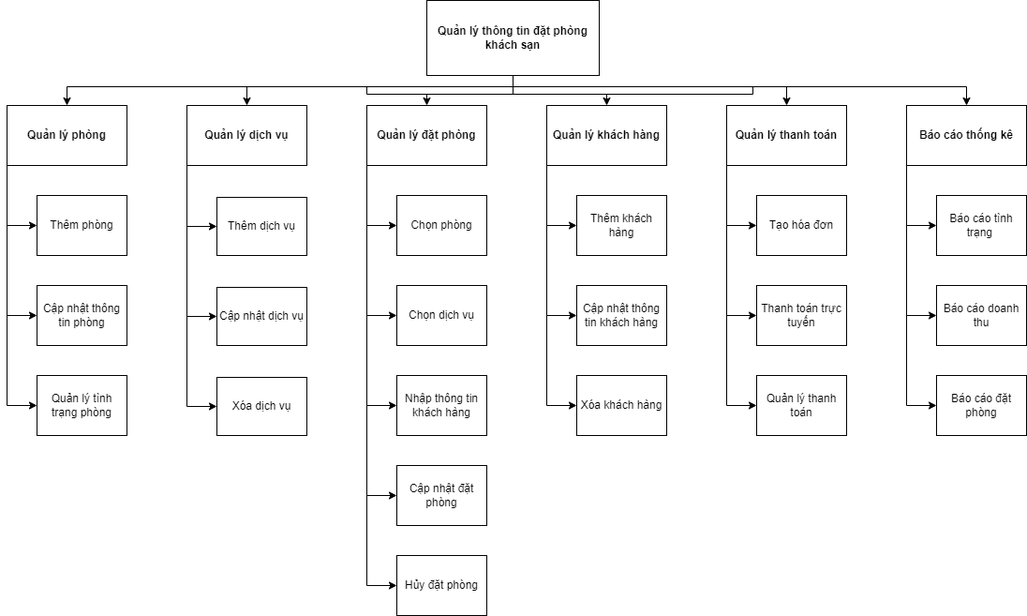
Before: Untitled Diagram.drawio.png, a diagram exported from draw.io (EricMai2112/image-diagram). Source tidied: cells renumbered, new cells last; positions are measured from the earlier drawing's top-left corner, leaving out a move shared by most shapes.
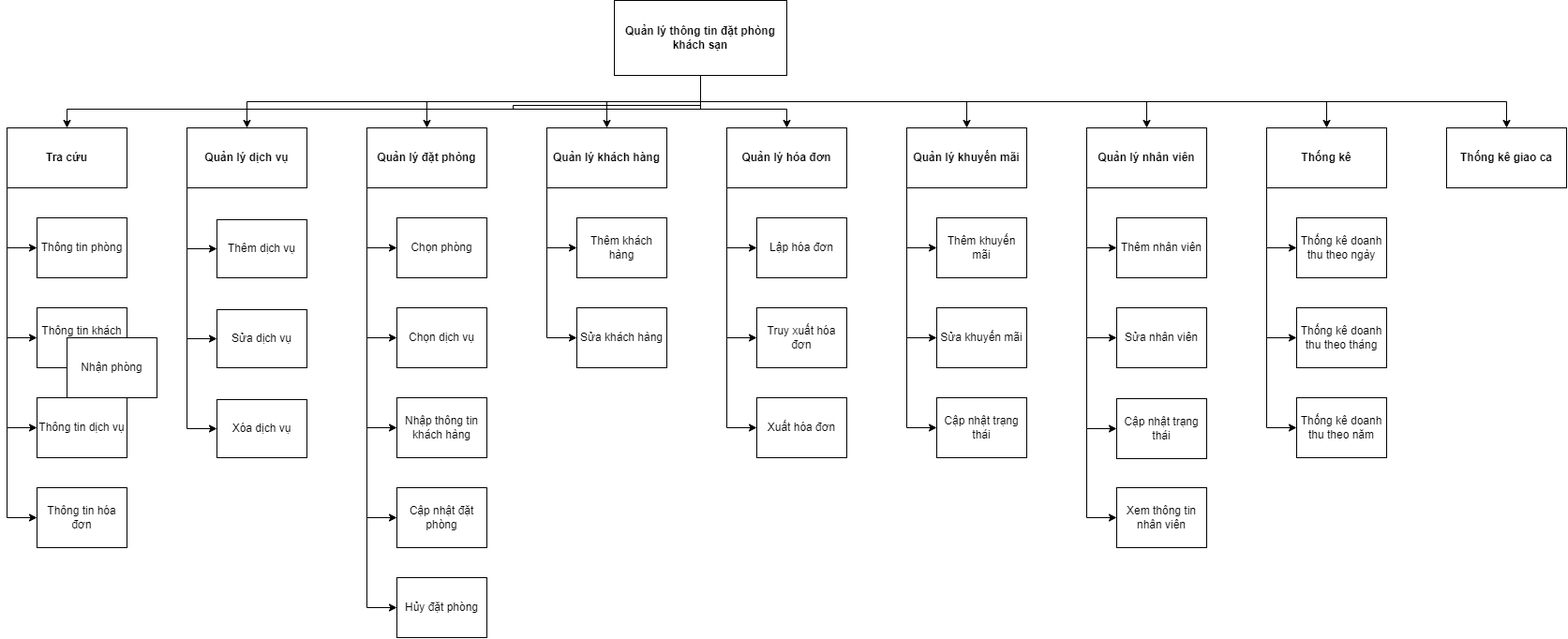
Above is the later version.

What changed in the source:
```diff
@@ -5,7 +5,7 @@
     <mxCell id="2" style="edgeStyle=orthogonalEdgeStyle;rounded=0;jettySize=auto;html=1;exitX=0.5;exitY=1;exitDx=0;exitDy=0;" parent="1" edge="1" source="8" target="12">
       <mxGeometry relative="1" as="geometry">
         <Array as="points">
-          <mxPoint x="540" y="92" />
+          <mxPoint x="740" y="92" />
           <mxPoint x="64" y="92" />
         </Array>
       </mxGeometry>
@@ -22,6 +22,8 @@
     <mxCell id="6" style="edgeStyle=orthogonalEdgeStyle;rounded=0;jettySize=auto;html=1;exitX=0.5;exitY=1;exitDx=0;exitDy=0;entryX=0.5;entryY=0;entryDx=0;entryDy=0;" parent="1" edge="1" source="8" target="30">
       <mxGeometry relative="1" as="geometry">
         <Array as="points">
+          <mxPoint x="740" y="88" />
+          <mxPoint x="540" y="88" />
           <mxPoint x="540" y="92" />
           <mxPoint x="832" y="92" />
         </Array>
@@ -31,7 +33,7 @@
       <mxGeometry relative="1" as="geometry" />
     </mxCell>
     <mxCell id="8" value="Quản lý thông tin đặt phòng khách sạn" style="rounded=0;whiteSpace=wrap;html=1;fontStyle=1;" parent="1" vertex="1">
-      <mxGeometry x="448" width="184" height="80" as="geometry" />
+      <mxGeometry x="648" y="-24" width="184" height="80" as="geometry" />
     </mxCell>
     <mxCell id="9" style="edgeStyle=orthogonalEdgeStyle;rounded=0;jettySize=auto;html=1;exitX=0;exitY=1;exitDx=0;exitDy=0;entryX=0;entryY=0.5;entryDx=0;entryDy=0;" parent="1" edge="1" source="12" target="35">
       <mxGeometry relative="1" as="geometry" />
@@ -39,10 +41,10 @@
     <mxCell id="10" style="edgeStyle=orthogonalEdgeStyle;rounded=0;jettySize=auto;html=1;exitX=0;exitY=1;exitDx=0;exitDy=0;entryX=0;entryY=0.5;entryDx=0;entryDy=0;" parent="1" edge="1" source="12" target="36">
       <mxGeometry relative="1" as="geometry" />
     </mxCell>
-    <mxCell id="11" style="edgeStyle=orthogonalEdgeStyle;rounded=0;jettySize=auto;html=1;exitX=0;exitY=1;exitDx=0;exitDy=0;entryX=0;entryY=0.5;entryDx=0;entryDy=0;" parent="1" edge="1" source="12" target="37">
+    <mxCell id="11" style="edgeStyle=orthogonalEdgeStyle;rounded=0;jettySize=auto;html=1;exitX=0;exitY=1;exitDx=0;exitDy=0;entryX=0;entryY=0.5;entryDx=0;entryDy=0;" parent="1" edge="1" source="12" target="55">
       <mxGeometry relative="1" as="geometry" />
     </mxCell>
-    <mxCell id="12" value="Quản lý phòng" style="rounded=0;whiteSpace=wrap;html=1;fontStyle=1;" parent="1" vertex="1">
+    <mxCell id="12" value="Tra cứu" style="rounded=0;whiteSpace=wrap;html=1;fontStyle=1;" parent="1" vertex="1">
       <mxGeometry y="112" width="128" height="64" as="geometry" />
     </mxCell>
     <mxCell id="13" style="edgeStyle=orthogonalEdgeStyle;rounded=0;jettySize=auto;html=1;exitX=0;exitY=1;exitDx=0;exitDy=0;entryX=0;entryY=0.5;entryDx=0;entryDy=0;" parent="1" edge="1" source="16" target="38">
@@ -81,9 +83,6 @@
     <mxCell id="24" style="edgeStyle=orthogonalEdgeStyle;rounded=0;jettySize=auto;html=1;exitX=0;exitY=1;exitDx=0;exitDy=0;entryX=0;entryY=0.5;entryDx=0;entryDy=0;" parent="1" edge="1" source="26" target="48">
       <mxGeometry relative="1" as="geometry" />
     </mxCell>
-    <mxCell id="25" style="edgeStyle=orthogonalEdgeStyle;rounded=0;jettySize=auto;html=1;exitX=0;exitY=1;exitDx=0;exitDy=0;entryX=0;entryY=0.5;entryDx=0;entryDy=0;" parent="1" edge="1" source="26" target="47">
-      <mxGeometry relative="1" as="geometry" />
-    </mxCell>
     <mxCell id="26" value="Quản lý khách hàng" style="rounded=0;whiteSpace=wrap;html=1;fontStyle=1;" parent="1" vertex="1">
       <mxGeometry x="576" y="112" width="128" height="64" as="geometry" />
     </mxCell>
@@ -96,7 +95,7 @@
     <mxCell id="29" style="edgeStyle=orthogonalEdgeStyle;rounded=0;jettySize=auto;html=1;exitX=0;exitY=1;exitDx=0;exitDy=0;entryX=0;entryY=0.5;entryDx=0;entryDy=0;" parent="1" edge="1" source="30" target="50">
       <mxGeometry relative="1" as="geometry" />
     </mxCell>
-    <mxCell id="30" value="Quản lý thanh toán" style="rounded=0;whiteSpace=wrap;html=1;fontStyle=1;" parent="1" vertex="1">
+    <mxCell id="30" value="Quản lý hóa đơn" style="rounded=0;whiteSpace=wrap;html=1;fontStyle=1;" parent="1" vertex="1">
       <mxGeometry x="768" y="112" width="128" height="64" as="geometry" />
     </mxCell>
     <mxCell id="31" style="edgeStyle=orthogonalEdgeStyle;rounded=0;jettySize=auto;html=1;exitX=0;exitY=1;exitDx=0;exitDy=0;entryX=0;entryY=0.5;entryDx=0;entryDy=0;" parent="1" edge="1" source="34" target="52">
@@ -108,22 +107,22 @@
     <mxCell id="33" style="edgeStyle=orthogonalEdgeStyle;rounded=0;jettySize=auto;html=1;exitX=0;exitY=1;exitDx=0;exitDy=0;entryX=0;entryY=0.5;entryDx=0;entryDy=0;" parent="1" edge="1" source="34" target="51">
       <mxGeometry relative="1" as="geometry" />
     </mxCell>
-    <mxCell id="34" value="Báo cáo thống kê" style="rounded=0;whiteSpace=wrap;html=1;fontStyle=1;" parent="1" vertex="1">
+    <mxCell id="34" value="Quản lý khuyến mãi" style="rounded=0;whiteSpace=wrap;html=1;fontStyle=1;" parent="1" vertex="1">
       <mxGeometry x="960" y="112" width="128" height="64" as="geometry" />
     </mxCell>
-    <mxCell id="35" value="Thêm phòng" style="rounded=0;whiteSpace=wrap;html=1;" parent="1" vertex="1">
+    <mxCell id="35" value="Thông tin phòng" style="rounded=0;whiteSpace=wrap;html=1;" parent="1" vertex="1">
       <mxGeometry x="32" y="208" width="96" height="64" as="geometry" />
     </mxCell>
-    <mxCell id="36" value="Cập nhật thông tin phòng" style="rounded=0;whiteSpace=wrap;html=1;" parent="1" vertex="1">
+    <mxCell id="36" value="Thông tin khách hàng" style="rounded=0;whiteSpace=wrap;html=1;" parent="1" vertex="1">
       <mxGeometry x="32" y="304" width="96" height="64" as="geometry" />
     </mxCell>
-    <mxCell id="37" value="Quản lý tình trạng phòng" style="rounded=0;whiteSpace=wrap;html=1;" parent="1" vertex="1">
+    <mxCell id="37" value="Thông tin dịch vụ" style="rounded=0;whiteSpace=wrap;html=1;" parent="1" vertex="1">
       <mxGeometry x="32" y="400" width="96" height="64" as="geometry" />
     </mxCell>
     <mxCell id="38" value="Thêm dịch vụ" style="rounded=0;whiteSpace=wrap;html=1;" parent="1" vertex="1">
       <mxGeometry x="224" y="210" width="96" height="62" as="geometry" />
     </mxCell>
-    <mxCell id="39" value="Cập nhật dịch vụ" style="rounded=0;whiteSpace=wrap;html=1;" parent="1" vertex="1">
+    <mxCell id="39" value="Sửa dịch vụ" style="rounded=0;whiteSpace=wrap;html=1;" parent="1" vertex="1">
       <mxGeometry x="224" y="306" width="96" height="62" as="geometry" />
     </mxCell>
     <mxCell id="40" value="Xóa dịch vụ" style="rounded=0;whiteSpace=wrap;html=1;" parent="1" vertex="1">
@@ -147,29 +146,131 @@
     <mxCell id="46" value="Thêm khách hàng" style="rounded=0;whiteSpace=wrap;html=1;" parent="1" vertex="1">
       <mxGeometry x="608" y="208" width="96" height="64" as="geometry" />
     </mxCell>
-    <mxCell id="47" value="Xóa khách hàng" style="rounded=0;whiteSpace=wrap;html=1;" parent="1" vertex="1">
-      <mxGeometry x="608" y="400" width="96" height="64" as="geometry" />
-    </mxCell>
-    <mxCell id="48" value="Cập nhật thông tin khách hàng" style="rounded=0;whiteSpace=wrap;html=1;" parent="1" vertex="1">
+    <mxCell id="48" value="Sửa khách hàng" style="rounded=0;whiteSpace=wrap;html=1;" parent="1" vertex="1">
       <mxGeometry x="608" y="304" width="96" height="64" as="geometry" />
     </mxCell>
-    <mxCell id="49" value="Tạo hóa đơn" style="rounded=0;whiteSpace=wrap;html=1;" parent="1" vertex="1">
+    <mxCell id="49" value="Lập hóa đơn" style="rounded=0;whiteSpace=wrap;html=1;" parent="1" vertex="1">
       <mxGeometry x="800" y="208" width="96" height="64" as="geometry" />
     </mxCell>
-    <mxCell id="50" value="Quản lý thanh toán" style="rounded=0;whiteSpace=wrap;html=1;" parent="1" vertex="1">
+    <mxCell id="50" value="Xuất hóa đơn" style="rounded=0;whiteSpace=wrap;html=1;" parent="1" vertex="1">
       <mxGeometry x="800" y="400" width="96" height="64" as="geometry" />
     </mxCell>
-    <mxCell id="51" value="Báo cáo đặt phòng" style="rounded=0;whiteSpace=wrap;html=1;" parent="1" vertex="1">
+    <mxCell id="51" value="Cập nhật trạng thái" style="rounded=0;whiteSpace=wrap;html=1;" parent="1" vertex="1">
       <mxGeometry x="992" y="400" width="96" height="64" as="geometry" />
     </mxCell>
-    <mxCell id="52" value="Báo cáo tình trạng&amp;nbsp;" style="rounded=0;whiteSpace=wrap;html=1;" parent="1" vertex="1">
+    <mxCell id="52" value="Thêm khuyến mãi" style="rounded=0;whiteSpace=wrap;html=1;" parent="1" vertex="1">
       <mxGeometry x="992" y="208" width="96" height="64" as="geometry" />
     </mxCell>
-    <mxCell id="53" value="Báo cáo doanh thu" style="rounded=0;whiteSpace=wrap;html=1;" parent="1" vertex="1">
+    <mxCell id="53" value="Sửa khuyến mãi" style="rounded=0;whiteSpace=wrap;html=1;" parent="1" vertex="1">
       <mxGeometry x="992" y="304" width="96" height="64" as="geometry" />
     </mxCell>
-    <mxCell id="54" value="Thanh toán trực tuyến" style="rounded=0;whiteSpace=wrap;html=1;" parent="1" vertex="1">
+    <mxCell id="54" value="Truy xuất hóa đơn" style="rounded=0;whiteSpace=wrap;html=1;" parent="1" vertex="1">
       <mxGeometry x="800" y="304" width="96" height="64" as="geometry" />
     </mxCell>
+    <mxCell id="55" value="Thông tin hóa đơn" style="rounded=0;whiteSpace=wrap;html=1;" parent="1" vertex="1">
+      <mxGeometry x="32" y="496" width="96" height="64" as="geometry" />
+    </mxCell>
+    <mxCell id="56" style="edgeStyle=orthogonalEdgeStyle;rounded=0;jettySize=auto;html=1;exitX=0;exitY=1;exitDx=0;exitDy=0;entryX=0;entryY=0.5;entryDx=0;entryDy=0;" parent="1" edge="1" source="12" target="37">
+      <mxGeometry relative="1" as="geometry" />
+    </mxCell>
+    <mxCell id="57" value="Nhận phòng" style="rounded=0;whiteSpace=wrap;html=1;" parent="1" vertex="1">
+      <mxGeometry x="64" y="336" width="96" height="64" as="geometry" />
+    </mxCell>
+    <mxCell id="58" value="Quản lý nhân viên" style="rounded=0;whiteSpace=wrap;html=1;fontStyle=1;" parent="1" vertex="1">
+      <mxGeometry x="1152" y="112" width="128" height="64" as="geometry" />
+    </mxCell>
+    <mxCell id="59" style="edgeStyle=orthogonalEdgeStyle;rounded=0;jettySize=auto;html=1;exitX=0.5;exitY=1;exitDx=0;exitDy=0;entryX=0.5;entryY=0;entryDx=0;entryDy=0;" parent="1" edge="1" source="8" target="58">
+      <mxGeometry relative="1" as="geometry" />
+    </mxCell>
+    <mxCell id="60" value="Cập nhật trạng thái" style="rounded=0;whiteSpace=wrap;html=1;" parent="1" vertex="1">
+      <mxGeometry x="1184" y="401" width="96" height="64" as="geometry" />
+    </mxCell>
+    <mxCell id="61" value="Sửa nhân viên" style="rounded=0;whiteSpace=wrap;html=1;" parent="1" vertex="1">
+      <mxGeometry x="1184" y="304" width="96" height="64" as="geometry" />
+    </mxCell>
+    <mxCell id="62" value="Thêm nhân viên" style="rounded=0;whiteSpace=wrap;html=1;" parent="1" vertex="1">
+      <mxGeometry x="1184" y="208" width="96" height="64" as="geometry" />
+    </mxCell>
+    <mxCell id="63" style="endArrow=classic;html=1;rounded=0;exitX=0;exitY=0.5;exitDx=0;exitDy=0;entryX=0;entryY=0.5;entryDx=0;entryDy=0;" parent="1" edge="1" source="58" target="62">
+      <mxGeometry relative="1" as="geometry">
+        <Array as="points">
+          <mxPoint x="1152" y="240" />
+        </Array>
+      </mxGeometry>
+    </mxCell>
+    <mxCell id="64" style="endArrow=classic;html=1;rounded=0;exitX=0;exitY=0.5;exitDx=0;exitDy=0;entryX=0;entryY=0.5;entryDx=0;entryDy=0;" parent="1" edge="1" source="58" target="61">
+      <mxGeometry relative="1" as="geometry">
+        <Array as="points">
+          <mxPoint x="1152" y="240" />
+          <mxPoint x="1152" y="336" />
+        </Array>
+      </mxGeometry>
+    </mxCell>
+    <mxCell id="65" style="endArrow=classic;html=1;rounded=0;exitX=0;exitY=0.5;exitDx=0;exitDy=0;entryX=0;entryY=0.5;entryDx=0;entryDy=0;" parent="1" edge="1" source="58" target="60">
+      <mxGeometry relative="1" as="geometry">
+        <Array as="points">
+          <mxPoint x="1152" y="240" />
+          <mxPoint x="1152" y="336" />
+          <mxPoint x="1152" y="433" />
+        </Array>
+      </mxGeometry>
+    </mxCell>
+    <mxCell id="66" value="Xem thông tin nhân viên" style="rounded=0;whiteSpace=wrap;html=1;" parent="1" vertex="1">
+      <mxGeometry x="1184" y="496" width="96" height="64" as="geometry" />
+    </mxCell>
+    <mxCell id="67" style="endArrow=classic;html=1;rounded=0;exitX=0;exitY=0.5;exitDx=0;exitDy=0;entryX=0;entryY=0.5;entryDx=0;entryDy=0;" parent="1" edge="1" source="58" target="66">
+      <mxGeometry relative="1" as="geometry">
+        <Array as="points">
+          <mxPoint x="1152" y="240" />
+          <mxPoint x="1152" y="336" />
+          <mxPoint x="1152" y="433" />
+          <mxPoint x="1152" y="528" />
+        </Array>
+      </mxGeometry>
+    </mxCell>
+    <mxCell id="68" value="Thống kê" style="rounded=0;whiteSpace=wrap;html=1;fontStyle=1;" parent="1" vertex="1">
+      <mxGeometry x="1344" y="112" width="128" height="64" as="geometry" />
+    </mxCell>
+    <mxCell id="69" style="edgeStyle=orthogonalEdgeStyle;rounded=0;jettySize=auto;html=1;exitX=0.5;exitY=1;exitDx=0;exitDy=0;entryX=0.5;entryY=0;entryDx=0;entryDy=0;" parent="1" edge="1" source="8" target="68">
+      <mxGeometry relative="1" as="geometry" />
+    </mxCell>
+    <mxCell id="70" value="Thống kê doanh thu theo ngày" style="rounded=0;whiteSpace=wrap;html=1;" parent="1" vertex="1">
+      <mxGeometry x="1376" y="208" width="96" height="64" as="geometry" />
+    </mxCell>
+    <mxCell id="71" value="Thống kê doanh thu theo tháng" style="rounded=0;whiteSpace=wrap;html=1;" parent="1" vertex="1">
+      <mxGeometry x="1376" y="304" width="96" height="64" as="geometry" />
+    </mxCell>
+    <mxCell id="72" value="Thống kê doanh thu theo năm" style="rounded=0;whiteSpace=wrap;html=1;" parent="1" vertex="1">
+      <mxGeometry x="1376" y="400" width="96" height="64" as="geometry" />
+    </mxCell>
+    <mxCell id="73" style="endArrow=classic;html=1;rounded=0;exitX=0;exitY=0.5;exitDx=0;exitDy=0;entryX=0;entryY=0.5;entryDx=0;entryDy=0;" parent="1" edge="1" source="68" target="70">
+      <mxGeometry relative="1" as="geometry">
+        <Array as="points">
+          <mxPoint x="1344" y="240" />
+        </Array>
+      </mxGeometry>
+    </mxCell>
+    <mxCell id="74" style="endArrow=classic;html=1;rounded=0;exitX=0;exitY=0.5;exitDx=0;exitDy=0;entryX=0;entryY=0.5;entryDx=0;entryDy=0;" parent="1" edge="1" source="68" target="71">
+      <mxGeometry relative="1" as="geometry">
+        <Array as="points">
+          <mxPoint x="1344" y="240" />
+          <mxPoint x="1344" y="336" />
+        </Array>
+      </mxGeometry>
+    </mxCell>
+    <mxCell id="75" style="endArrow=classic;html=1;rounded=0;exitX=0;exitY=0.5;exitDx=0;exitDy=0;entryX=0;entryY=0.5;entryDx=0;entryDy=0;" parent="1" edge="1" source="68" target="72">
+      <mxGeometry relative="1" as="geometry">
+        <Array as="points">
+          <mxPoint x="1344" y="240" />
+          <mxPoint x="1344" y="432" />
+        </Array>
+      </mxGeometry>
+    </mxCell>
+    <mxCell id="76" value="Thống kê giao ca" style="rounded=0;whiteSpace=wrap;html=1;fontStyle=1;" parent="1" vertex="1">
+      <mxGeometry x="1536" y="112" width="128" height="64" as="geometry" />
+    </mxCell>
+    <mxCell id="77" style="edgeStyle=orthogonalEdgeStyle;rounded=0;jettySize=auto;html=1;exitX=0.5;exitY=1;exitDx=0;exitDy=0;entryX=0.5;entryY=0;entryDx=0;entryDy=0;" parent="1" edge="1" source="8" target="76">
+      <mxGeometry relative="1" as="geometry" />
+    </mxCell>
   </root>
 </mxGraphModel>
```
